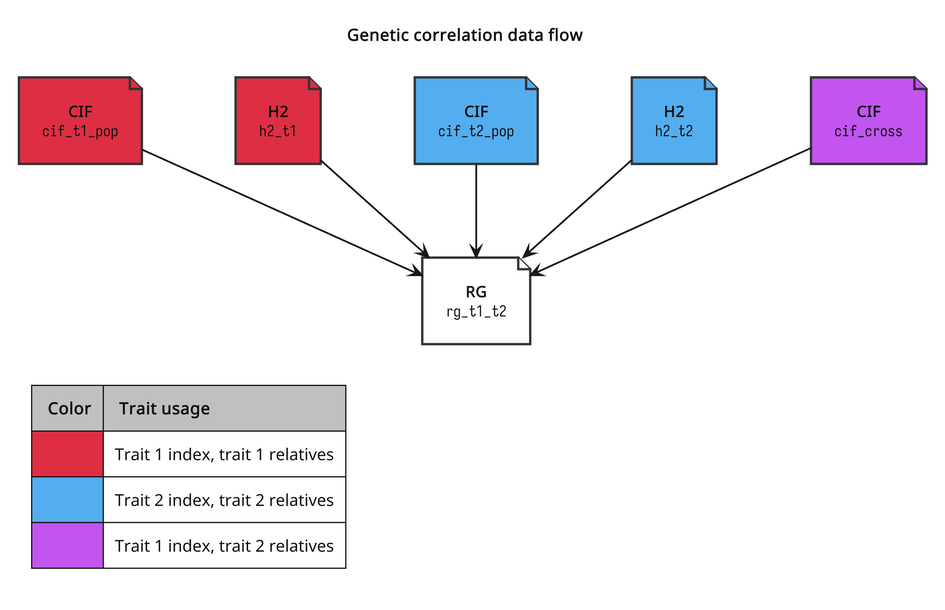
BioPsyk/epimight keeps this PlantUML diagram as guides/diagrams/rg-data-flow.png. Above is the earlier version.
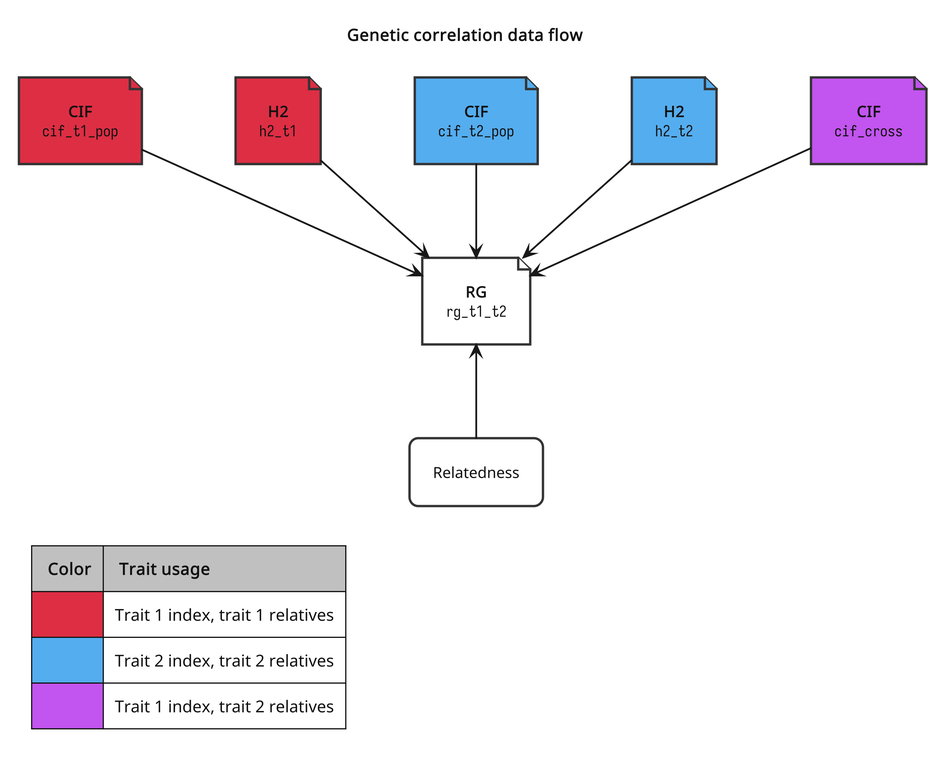
After the change.

Diff of the diagram source:
```diff
@@ -51,9 +51,13 @@
 
 file "**RG**\n""rg_t1_t2""" as rg
 
+rectangle "Relatedness" as t3_rel
+
 cif_t1_pop --> rg
 cif_t2_pop --> rg
 cif_cross --> rg
 h2_t1 --> rg
 h2_t2 --> rg
+
+t3_rel -UP-> rg
 @enduml
```
